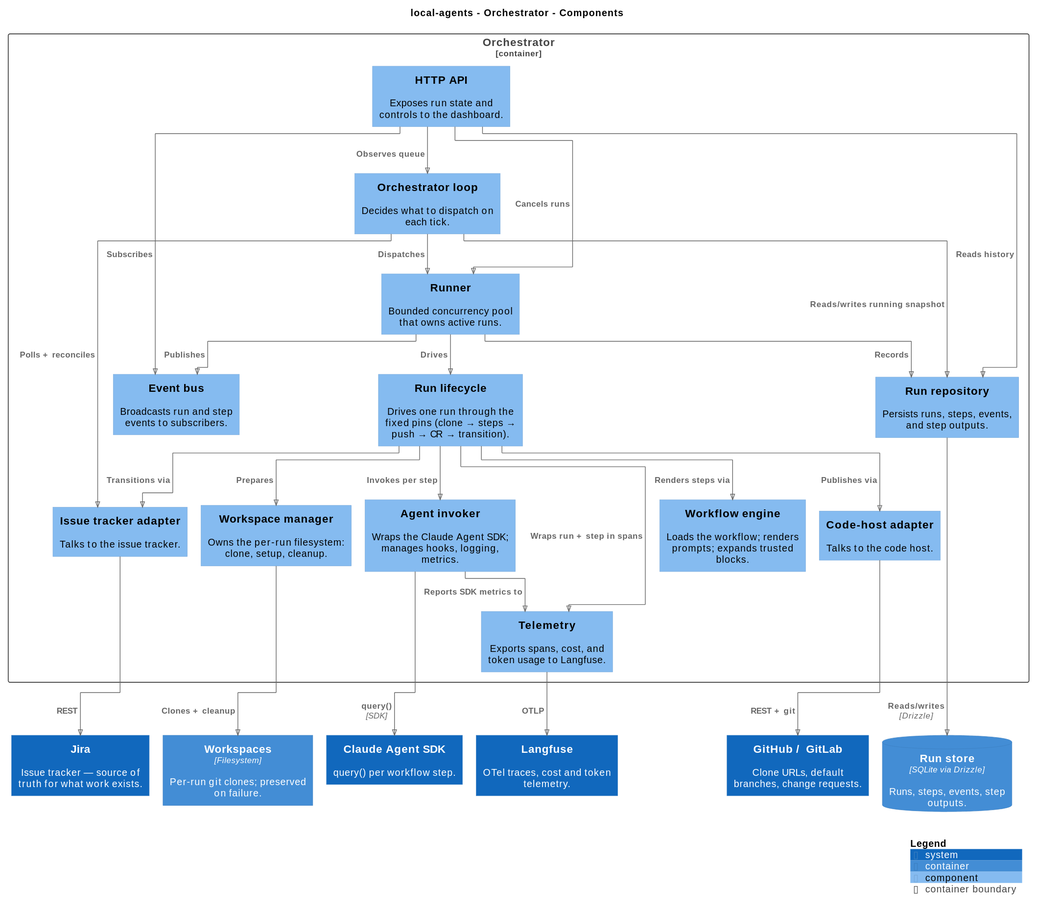
Nhollas/local-agents keeps this PlantUML diagram as docs/diagrams/orchestrator-components.svg. Above is the earlier version. Its diagram source:
```plantuml
@startuml
!pragma layout elk
set separator none
title local-agents - Orchestrator - Components

top to bottom direction

!include <C4/C4>
!include <C4/C4_Context>
!include <C4/C4_Container>
!include <C4/C4_Component>

System(Jira, "Jira", $descr="Issue tracker — source of truth for what work exists.", $tags="", $link="")
System(GitHubGitLab, "GitHub / GitLab", $descr="Clone URLs, default branches, change requests.", $tags="", $link="")
System(ClaudeAgentSDK, "Claude Agent SDK", $descr="query() per workflow step.", $tags="", $link="")
System(Langfuse, "Langfuse", $descr="OTel traces, cost and token telemetry.", $tags="", $link="")
ContainerDb(localagents.Runstore, "Run store", $techn="SQLite via Drizzle", $descr="Runs, steps, events, step outputs.", $tags="", $link="")
Container(localagents.Workspaces, "Workspaces", $techn="Filesystem", $descr="Per-run git clones; preserved on failure.", $tags="", $link="")

Container_Boundary("localagents.Orchestrator_boundary", "Orchestrator", $tags="") {
  Component(localagents.Orchestrator.Eventbus, "Event bus", $techn="", $descr="Broadcasts run and step events to subscribers.", $tags="", $link="")
  Component(localagents.Orchestrator.Orchestratorloop, "Orchestrator loop", $techn="", $descr="Decides what to dispatch on each tick.", $tags="", $link="")
  Component(localagents.Orchestrator.Runner, "Runner", $techn="", $descr="Bounded concurrency pool that owns active runs.", $tags="", $link="")
  Component(localagents.Orchestrator.Runlifecycle, "Run lifecycle", $techn="", $descr="Drives one run through the fixed pins (clone → steps → push → CR → transition).", $tags="", $link="")
  Component(localagents.Orchestrator.Workspacemanager, "Workspace manager", $techn="", $descr="Owns the per-run filesystem: clone, setup, cleanup.", $tags="", $link="")
  Component(localagents.Orchestrator.Workflowengine, "Workflow engine", $techn="", $descr="Loads the workflow; renders prompts; expands trusted blocks.", $tags="", $link="")
  Component(localagents.Orchestrator.Agentinvoker, "Agent invoker", $techn="", $descr="Wraps the Claude Agent SDK; manages hooks, logging, metrics.", $tags="", $link="")
  Component(localagents.Orchestrator.Issuetrackeradapter, "Issue tracker adapter", $techn="", $descr="Talks to the issue tracker.", $tags="", $link="")
  Component(localagents.Orchestrator.Codehostadapter, "Code-host adapter", $techn="", $descr="Talks to the code host.", $tags="", $link="")
  Component(localagents.Orchestrator.Runrepository, "Run repository", $techn="", $descr="Persists runs, steps, events, and step outputs.", $tags="", $link="")
  Component(localagents.Orchestrator.Telemetry, "Telemetry", $techn="", $descr="Exports spans, cost, and token usage to Langfuse.", $tags="", $link="")
  Component(localagents.Orchestrator.HTTPAPI, "HTTP API", $techn="", $descr="Exposes run state and controls to the dashboard.", $tags="", $link="")
}

Rel(localagents.Orchestrator.HTTPAPI, localagents.Orchestrator.Orchestratorloop, "Observes queue", $techn="", $tags="", $link="")
Rel(localagents.Orchestrator.HTTPAPI, localagents.Orchestrator.Runner, "Cancels runs", $techn="", $tags="", $link="")
Rel(localagents.Orchestrator.HTTPAPI, localagents.Orchestrator.Runrepository, "Reads history", $techn="", $tags="", $link="")
Rel(localagents.Orchestrator.HTTPAPI, localagents.Orchestrator.Eventbus, "Subscribes", $techn="", $tags="", $link="")
Rel(localagents.Orchestrator.Orchestratorloop, localagents.Orchestrator.Issuetrackeradapter, "Polls + reconciles", $techn="", $tags="", $link="")
Rel(localagents.Orchestrator.Orchestratorloop, localagents.Orchestrator.Runrepository, "Reads/writes running snapshot", $techn="", $tags="", $link="")
Rel(localagents.Orchestrator.Orchestratorloop, localagents.Orchestrator.Runner, "Dispatches", $techn="", $tags="", $link="")
Rel(localagents.Orchestrator.Runner, localagents.Orchestrator.Runlifecycle, "Drives", $techn="", $tags="", $link="")
Rel(localagents.Orchestrator.Runner, localagents.Orchestrator.Eventbus, "Publishes", $techn="", $tags="", $link="")
Rel(localagents.Orchestrator.Runner, localagents.Orchestrator.Runrepository, "Records", $techn="", $tags="", $link="")
Rel(localagents.Orchestrator.Runlifecycle, localagents.Orchestrator.Workspacemanager, "Prepares", $techn="", $tags="", $link="")
Rel(localagents.Orchestrator.Runlifecycle, localagents.Orchestrator.Workflowengine, "Renders steps via", $techn="", $tags="", $link="")
Rel(localagents.Orchestrator.Runlifecycle, localagents.Orchestrator.Agentinvoker, "Invokes per step", $techn="", $tags="", $link="")
Rel(localagents.Orchestrator.Runlifecycle, localagents.Orchestrator.Codehostadapter, "Publishes via", $techn="", $tags="", $link="")
Rel(localagents.Orchestrator.Runlifecycle, localagents.Orchestrator.Issuetrackeradapter, "Transitions via", $techn="", $tags="", $link="")
Rel(localagents.Orchestrator.Runlifecycle, localagents.Orchestrator.Telemetry, "Wraps run + step in spans", $techn="", $tags="", $link="")
Rel(localagents.Orchestrator.Agentinvoker, localagents.Orchestrator.Telemetry, "Reports SDK metrics to", $techn="", $tags="", $link="")
Rel(localagents.Orchestrator.Runrepository, localagents.Runstore, "Reads/writes", $techn="Drizzle", $tags="", $link="")
Rel(localagents.Orchestrator.Workspacemanager, localagents.Workspaces, "Clones + cleanup", $techn="", $tags="", $link="")
Rel(localagents.Orchestrator.Issuetrackeradapter, Jira, "REST", $techn="", $tags="", $link="")
Rel(localagents.Orchestrator.Codehostadapter, GitHubGitLab, "REST + git", $techn="", $tags="", $link="")
Rel(localagents.Orchestrator.Agentinvoker, ClaudeAgentSDK, "query()", $techn="SDK", $tags="", $link="")
Rel(localagents.Orchestrator.Telemetry, Langfuse, "OTLP", $techn="", $tags="", $link="")

SHOW_LEGEND(true)
@enduml
```
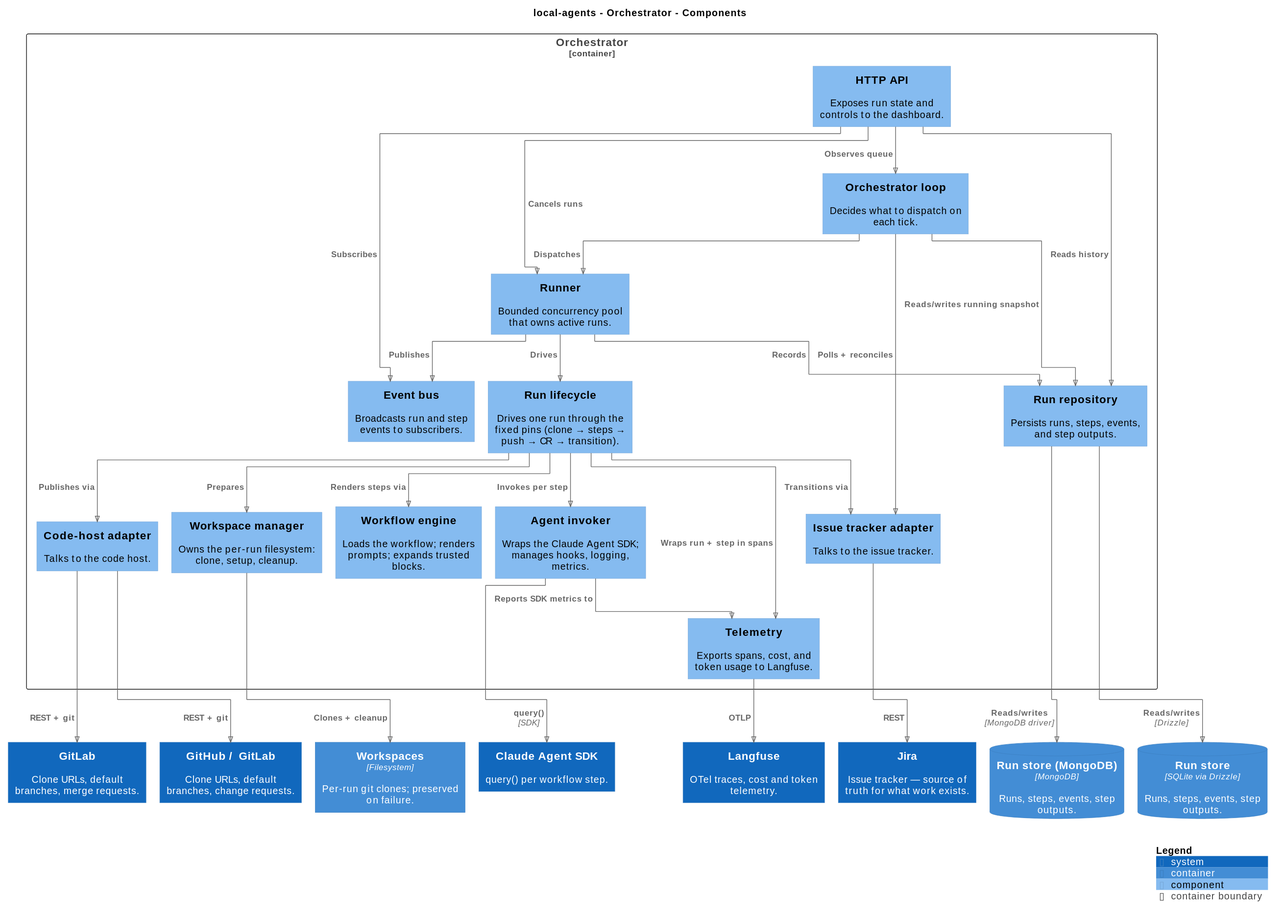
Later version of the same file.

Commit message:
docs: add production-containers diagram

The edit, as a diff of the source:
```diff
@@ -14,10 +14,13 @@
 System(GitHubGitLab, "GitHub / GitLab", $descr="Clone URLs, default branches, change requests.", $tags="", $link="")
 System(ClaudeAgentSDK, "Claude Agent SDK", $descr="query() per workflow step.", $tags="", $link="")
 System(Langfuse, "Langfuse", $descr="OTel traces, cost and token telemetry.", $tags="", $link="")
+System(GitLab, "GitLab", $descr="Clone URLs, default branches, merge requests.", $tags="", $link="")
 ContainerDb(localagents.Runstore, "Run store", $techn="SQLite via Drizzle", $descr="Runs, steps, events, step outputs.", $tags="", $link="")
+ContainerDb(localagents.RunstoreMongoDB, "Run store (MongoDB)", $techn="MongoDB", $descr="Runs, steps, events, step outputs.", $tags="", $link="")
 Container(localagents.Workspaces, "Workspaces", $techn="Filesystem", $descr="Per-run git clones; preserved on failure.", $tags="", $link="")
 
 Container_Boundary("localagents.Orchestrator_boundary", "Orchestrator", $tags="") {
+  Component(localagents.Orchestrator.HTTPAPI, "HTTP API", $techn="", $descr="Exposes run state and controls to the dashboard.", $tags="", $link="")
   Component(localagents.Orchestrator.Eventbus, "Event bus", $techn="", $descr="Broadcasts run and step events to subscribers.", $tags="", $link="")
   Component(localagents.Orchestrator.Orchestratorloop, "Orchestrator loop", $techn="", $descr="Decides what to dispatch on each tick.", $tags="", $link="")
   Component(localagents.Orchestrator.Runner, "Runner", $techn="", $descr="Bounded concurrency pool that owns active runs.", $tags="", $link="")
@@ -29,7 +32,6 @@
   Component(localagents.Orchestrator.Codehostadapter, "Code-host adapter", $techn="", $descr="Talks to the code host.", $tags="", $link="")
   Component(localagents.Orchestrator.Runrepository, "Run repository", $techn="", $descr="Persists runs, steps, events, and step outputs.", $tags="", $link="")
   Component(localagents.Orchestrator.Telemetry, "Telemetry", $techn="", $descr="Exports spans, cost, and token usage to Langfuse.", $tags="", $link="")
-  Component(localagents.Orchestrator.HTTPAPI, "HTTP API", $techn="", $descr="Exposes run state and controls to the dashboard.", $tags="", $link="")
 }
 
 Rel(localagents.Orchestrator.HTTPAPI, localagents.Orchestrator.Orchestratorloop, "Observes queue", $techn="", $tags="", $link="")
@@ -50,9 +52,11 @@
 Rel(localagents.Orchestrator.Runlifecycle, localagents.Orchestrator.Telemetry, "Wraps run + step in spans", $techn="", $tags="", $link="")
 Rel(localagents.Orchestrator.Agentinvoker, localagents.Orchestrator.Telemetry, "Reports SDK metrics to", $techn="", $tags="", $link="")
 Rel(localagents.Orchestrator.Runrepository, localagents.Runstore, "Reads/writes", $techn="Drizzle", $tags="", $link="")
+Rel(localagents.Orchestrator.Runrepository, localagents.RunstoreMongoDB, "Reads/writes", $techn="MongoDB driver", $tags="", $link="")
 Rel(localagents.Orchestrator.Workspacemanager, localagents.Workspaces, "Clones + cleanup", $techn="", $tags="", $link="")
 Rel(localagents.Orchestrator.Issuetrackeradapter, Jira, "REST", $techn="", $tags="", $link="")
 Rel(localagents.Orchestrator.Codehostadapter, GitHubGitLab, "REST + git", $techn="", $tags="", $link="")
+Rel(localagents.Orchestrator.Codehostadapter, GitLab, "REST + git", $techn="", $tags="", $link="")
 Rel(localagents.Orchestrator.Agentinvoker, ClaudeAgentSDK, "query()", $techn="SDK", $tags="", $link="")
 Rel(localagents.Orchestrator.Telemetry, Langfuse, "OTLP", $techn="", $tags="", $link="")
 
```
